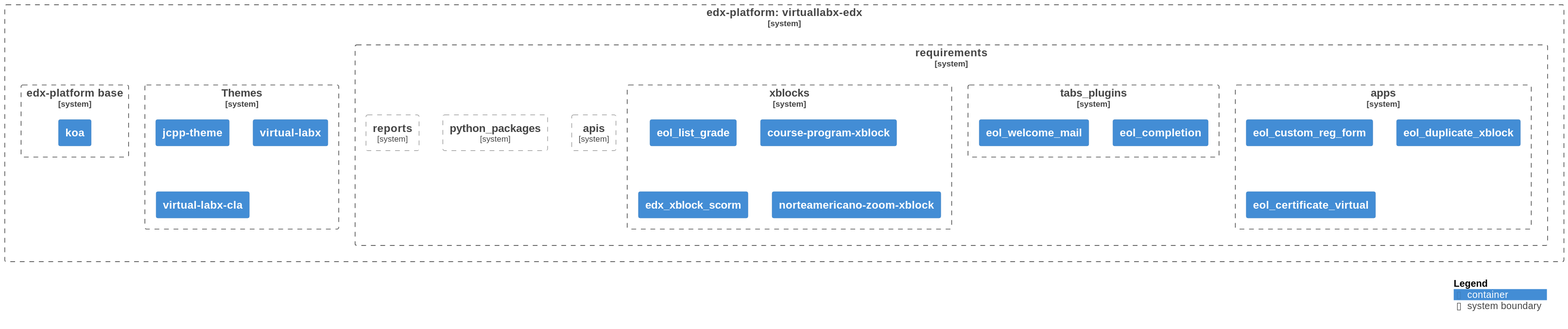
Earlier version of the PlantUML export diagrams/diagram.svg (eol-virtuallabx/virtuallabx-edx).
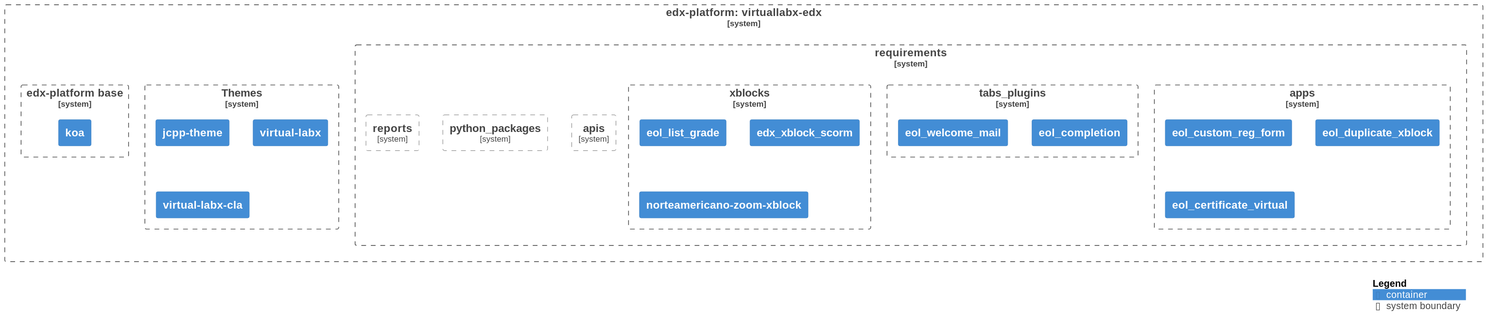
After the change.

Commit message:
chore: Auto-generate UML diagram

The edit, as a diff of the source:
```diff
@@ -15,7 +15,7 @@
 
                 Container(apps1, "eol_custom_reg_form", $link="https://github.com/eol-virtuallabx/eol_custom_reg_form")
 
-                Container(apps2, "eol_duplicate_xblock", $link="https://github.com/eol-virtuallabx/eol_duplicate_xblock")
+                Container(apps2, "eol_duplicate_xblock", $link="https://github.com/eol-uchile/eol_duplicate_xblock")
 
                 Container(apps3, "eol_certificate_virtual", $link="https://github.com/eol-virtuallabx/eol_certificate_virtual")
 
@@ -41,11 +41,9 @@
 
                 Container(xblocks1, "eol_list_grade", $link="https://github.com/eol-uchile/eol_list_grade")
 
-                Container(xblocks2, "course-program-xblock", $link="https://github.com/eol-virtuallabx/course-program-xblock")
+                Container(xblocks2, "edx_xblock_scorm", $link="https://github.com/eol-virtuallabx/edx_xblock_scorm")
 
-                Container(xblocks3, "edx_xblock_scorm", $link="https://github.com/eol-virtuallabx/edx_xblock_scorm")
-
-                Container(xblocks4, "norteamericano-zoom-xblock", $link="https://github.com/eol-virtuallabx/norteamericano-zoom-xblock")
+                Container(xblocks3, "norteamericano-zoom-xblock", $link="https://github.com/eol-virtuallabx/norteamericano-zoom-xblock")
 
             }
 
```
